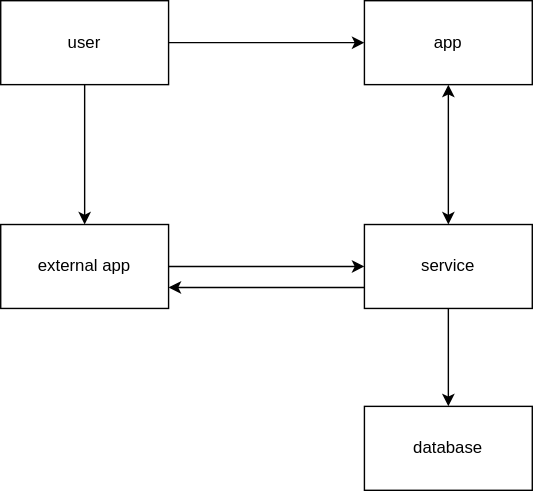
Earlier version of the draw.io export Untitled Diagram.drawio.svg (Jess-Nguy/drawio). Source tidied: cells renumbered, new cells last; positions are measured from the earlier drawing's top-left corner, leaving out a move shared by most shapes.
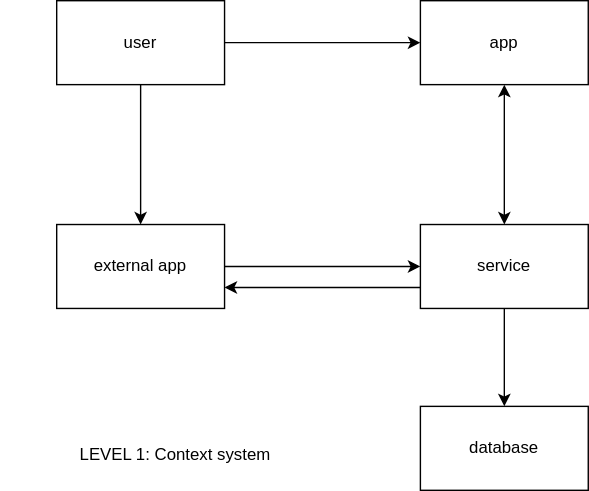
Above is the later version.

The edit, as a diff of the source:
```diff
@@ -37,5 +37,8 @@
     <mxCell id="12" style="endArrow=classic;html=1;rounded=0;entryX=1;entryY=0.75;entryDx=0;entryDy=0;exitX=0;exitY=0.75;exitDx=0;exitDy=0;" parent="1" edge="1" source="5" target="4">
       <mxGeometry relative="1" as="geometry" />
     </mxCell>
+    <mxCell id="13" value="LEVEL 1: Context system" style="text;html=1;strokeColor=none;fillColor=none;align=center;verticalAlign=middle;whiteSpace=wrap;rounded=0;" parent="1" vertex="1">
+      <mxGeometry x="-40" y="310" width="250" height="30" as="geometry" />
+    </mxCell>
   </root>
 </mxGraphModel>
```
